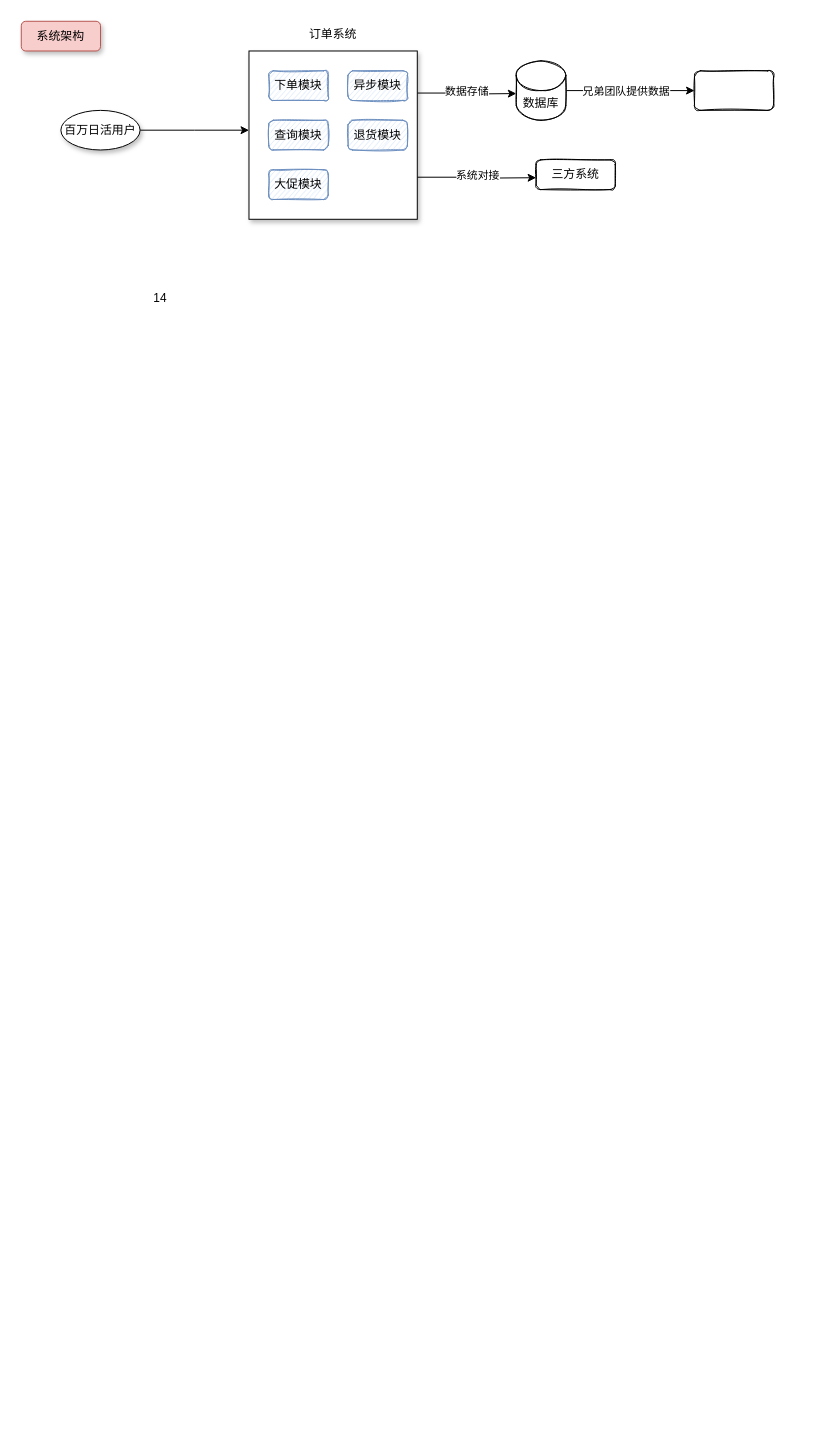
Before: 消息中间件(mq)实战.drawio in topyuluo/photo-project, a draw.io diagram. Source tidied: cells renumbered, new cells numbered last; positions are measured from the earlier drawing's top-left corner, leaving out a move shared by most shapes. Both pictures are drawn from the tidied source at 99%, with x=0, y=0 at pixel (21, 21).
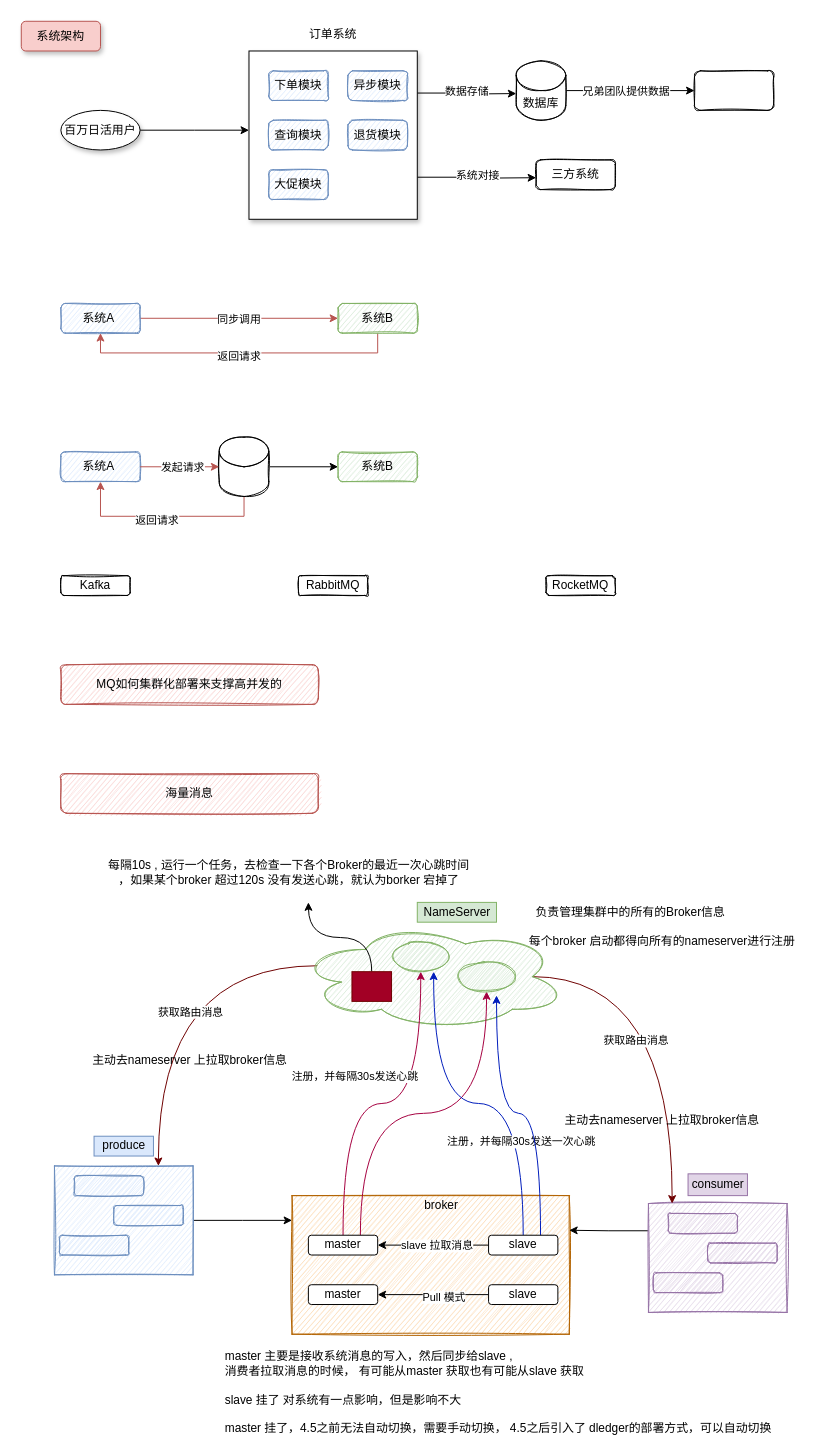
After the change.

Commit message (it also covers changes not shown here):
更新消息中间件(mq)实战.drawio

Diff of the diagram source:
```diff
@@
-    <mxCell id="21" value="14" style="text;html=1;align=center;verticalAlign=middle;strokeColor=none;" parent="1" vertex="1">
-      <mxGeometry x="125" y="270" width="30" height="20" as="geometry" />
-    </mxCell>
+    <mxCell id="22" style="edgeStyle=orthogonalEdgeStyle;rounded=0;jettySize=auto;html=1;exitX=1;exitY=0.5;exitDx=0;exitDy=0;fillColor=#f8cecc;strokeColor=#b85450;" parent="1" edge="1" source="24">
+      <mxGeometry relative="1" as="geometry">
+        <mxPoint x="320" y="300" as="targetPoint" />
+      </mxGeometry>
+    </mxCell>
+    <mxCell id="23" value="同步调用" style="edgeLabel;html=1;align=center;verticalAlign=middle;" parent="22" vertex="1">
+      <mxGeometry x="0.19" y="-1" relative="1" as="geometry">
+        <mxPoint x="-19" y="-1" as="offset" />
+      </mxGeometry>
+    </mxCell>
+    <mxCell id="24" value="系统A&amp;nbsp;" style="rounded=1;whiteSpace=wrap;html=1;shadow=0;sketch=1;fillColor=#dae8fc;strokeColor=#6c8ebf;" parent="1" vertex="1">
+      <mxGeometry x="40" y="285" width="80" height="30" as="geometry" />
+    </mxCell>
+    <mxCell id="25" style="edgeStyle=orthogonalEdgeStyle;rounded=0;jettySize=auto;html=1;exitX=0.5;exitY=1;exitDx=0;exitDy=0;entryX=0.5;entryY=1;entryDx=0;entryDy=0;fillColor=#f8cecc;strokeColor=#b85450;" parent="1" edge="1" source="27" target="24">
+      <mxGeometry relative="1" as="geometry" />
+    </mxCell>
+    <mxCell id="26" value="返回请求" style="edgeLabel;html=1;align=center;verticalAlign=middle;" parent="25" vertex="1">
+      <mxGeometry x="-0.14" y="3" relative="1" as="geometry">
+        <mxPoint x="-23" as="offset" />
+      </mxGeometry>
+    </mxCell>
+    <mxCell id="27" value="系统B" style="rounded=1;whiteSpace=wrap;html=1;shadow=0;sketch=1;fillColor=#d5e8d4;strokeColor=#82b366;" parent="1" vertex="1">
+      <mxGeometry x="320" y="285" width="80" height="30" as="geometry" />
+    </mxCell>
+    <mxCell id="28" value="系统A&amp;nbsp;" style="rounded=1;whiteSpace=wrap;html=1;shadow=0;sketch=1;fillColor=#dae8fc;strokeColor=#6c8ebf;" parent="1" vertex="1">
+      <mxGeometry x="40" y="435" width="80" height="30" as="geometry" />
+    </mxCell>
+    <mxCell id="29" style="edgeStyle=orthogonalEdgeStyle;rounded=0;jettySize=auto;html=1;exitX=0.5;exitY=1;exitDx=0;exitDy=0;entryX=0.5;entryY=1;entryDx=0;entryDy=0;fillColor=#f8cecc;strokeColor=#b85450;exitPerimeter=0;" parent="1" edge="1" source="33" target="28">
+      <mxGeometry relative="1" as="geometry" />
+    </mxCell>
+    <mxCell id="30" value="返回请求" style="edgeLabel;html=1;align=center;verticalAlign=middle;" parent="29" vertex="1">
+      <mxGeometry x="-0.14" y="3" relative="1" as="geometry">
+        <mxPoint x="-23" as="offset" />
+      </mxGeometry>
+    </mxCell>
+    <mxCell id="31" value="系统B" style="rounded=1;whiteSpace=wrap;html=1;shadow=0;sketch=1;fillColor=#d5e8d4;strokeColor=#82b366;" parent="1" vertex="1">
+      <mxGeometry x="320" y="435" width="80" height="30" as="geometry" />
+    </mxCell>
+    <mxCell id="32" style="edgeStyle=orthogonalEdgeStyle;rounded=0;jettySize=auto;html=1;exitX=1;exitY=0.5;exitDx=0;exitDy=0;exitPerimeter=0;entryX=0;entryY=0.5;entryDx=0;entryDy=0;" parent="1" edge="1" source="33" target="31">
+      <mxGeometry relative="1" as="geometry" />
+    </mxCell>
+    <mxCell id="33" style="shape=cylinder3;whiteSpace=wrap;html=1;boundedLbl=1;backgroundOutline=1;size=15;shadow=0;sketch=1;" parent="1" vertex="1">
+      <mxGeometry x="200" y="420" width="50" height="60" as="geometry" />
+    </mxCell>
+    <mxCell id="34" style="edgeStyle=orthogonalEdgeStyle;rounded=0;jettySize=auto;html=1;exitX=1;exitY=0.5;exitDx=0;exitDy=0;fillColor=#f8cecc;strokeColor=#b85450;" parent="1" edge="1" source="28" target="33">
+      <mxGeometry relative="1" as="geometry" />
+    </mxCell>
+    <mxCell id="35" value="发起请求" style="edgeLabel;html=1;align=center;verticalAlign=middle;" parent="34" vertex="1">
+      <mxGeometry x="0.19" y="-1" relative="1" as="geometry">
+        <mxPoint x="-6" y="-1" as="offset" />
+      </mxGeometry>
+    </mxCell>
+    <mxCell id="36" value="Kafka" style="rounded=1;whiteSpace=wrap;html=1;shadow=0;sketch=1;" parent="1" vertex="1">
+      <mxGeometry x="40" y="560" width="70" height="20" as="geometry" />
+    </mxCell>
+    <mxCell id="37" value="RabbitMQ" style="rounded=1;whiteSpace=wrap;html=1;shadow=0;sketch=1;" parent="1" vertex="1">
+      <mxGeometry x="280" y="560" width="70" height="20" as="geometry" />
+    </mxCell>
+    <mxCell id="38" value="RocketMQ" style="rounded=1;whiteSpace=wrap;html=1;shadow=0;sketch=1;" parent="1" vertex="1">
+      <mxGeometry x="530" y="560" width="70" height="20" as="geometry" />
+    </mxCell>
+    <mxCell id="39" value="MQ如何集群化部署来支撑高并发的" style="rounded=1;whiteSpace=wrap;html=1;shadow=0;sketch=1;fillColor=#f8cecc;strokeColor=#b85450;" parent="1" vertex="1">
+      <mxGeometry x="40" y="650" width="260" height="40" as="geometry" />
+    </mxCell>
+    <mxCell id="40" value="海量消息" style="rounded=1;whiteSpace=wrap;html=1;shadow=0;sketch=1;fillColor=#f8cecc;strokeColor=#b85450;" parent="1" vertex="1">
+      <mxGeometry x="40" y="760" width="260" height="40" as="geometry" />
+    </mxCell>
+    <mxCell id="41" style="edgeStyle=orthogonalEdgeStyle;rounded=0;jettySize=auto;html=1;exitX=1;exitY=0.5;exitDx=0;exitDy=0;" parent="1" edge="1" source="42">
+      <mxGeometry relative="1" as="geometry">
+        <mxPoint x="273.5" y="1211.2" as="targetPoint" />
+      </mxGeometry>
+    </mxCell>
+    <mxCell id="42" style="rounded=0;whiteSpace=wrap;html=1;shadow=0;sketch=1;fillColor=#dae8fc;strokeColor=#6c8ebf;" parent="1" vertex="1">
+      <mxGeometry x="33.5" y="1156.2" width="140" height="110" as="geometry" />
+    </mxCell>
+    <mxCell id="43" value="produce" style="text;html=1;strokeColor=#6c8ebf;fillColor=#dae8fc;align=center;verticalAlign=middle;whiteSpace=wrap;rounded=0;shadow=0;sketch=0;" parent="1" vertex="1">
+      <mxGeometry x="73.5" y="1126.2" width="60" height="20" as="geometry" />
+    </mxCell>
+    <mxCell id="44" style="rounded=1;whiteSpace=wrap;html=1;shadow=0;sketch=1;fillColor=#dae8fc;strokeColor=#6c8ebf;" parent="1" vertex="1">
+      <mxGeometry x="53.5" y="1166.2" width="70" height="20" as="geometry" />
+    </mxCell>
+    <mxCell id="45" style="rounded=1;whiteSpace=wrap;html=1;shadow=0;sketch=1;fillColor=#dae8fc;strokeColor=#6c8ebf;" parent="1" vertex="1">
+      <mxGeometry x="38.5" y="1226.2" width="70" height="20" as="geometry" />
+    </mxCell>
+    <mxCell id="46" style="rounded=1;whiteSpace=wrap;html=1;shadow=0;sketch=1;fillColor=#dae8fc;strokeColor=#6c8ebf;" parent="1" vertex="1">
+      <mxGeometry x="93.5" y="1196.2" width="70" height="20" as="geometry" />
+    </mxCell>
+    <mxCell id="47" style="rounded=0;whiteSpace=wrap;html=1;shadow=0;sketch=1;fillColor=#fad7ac;strokeColor=#b46504;" parent="1" vertex="1">
+      <mxGeometry x="273.5" y="1186.2" width="280" height="140" as="geometry" />
+    </mxCell>
+    <mxCell id="48" value="broker" style="text;html=1;align=center;verticalAlign=middle;strokeColor=none;" parent="1" vertex="1">
+      <mxGeometry x="398.5" y="1186.2" width="50" height="20" as="geometry" />
+    </mxCell>
+    <mxCell id="49" style="edgeStyle=orthogonalEdgeStyle;rounded=0;jettySize=auto;html=1;exitX=0;exitY=0.25;exitDx=0;exitDy=0;entryX=1;entryY=0.25;entryDx=0;entryDy=0;" parent="1" edge="1" source="50" target="47">
+      <mxGeometry relative="1" as="geometry" />
+    </mxCell>
+    <mxCell id="50" style="rounded=0;whiteSpace=wrap;html=1;shadow=0;sketch=1;fillColor=#e1d5e7;strokeColor=#9673a6;" parent="1" vertex="1">
+      <mxGeometry x="633.5" y="1194.2" width="140" height="110" as="geometry" />
+    </mxCell>
+    <mxCell id="51" value="consumer" style="text;html=1;strokeColor=#9673a6;fillColor=#e1d5e7;align=center;verticalAlign=middle;whiteSpace=wrap;rounded=0;shadow=0;sketch=0;" parent="1" vertex="1">
+      <mxGeometry x="673.5" y="1164.2" width="60" height="22" as="geometry" />
+    </mxCell>
+    <mxCell id="52" style="rounded=1;whiteSpace=wrap;html=1;shadow=0;sketch=1;fillColor=#e1d5e7;strokeColor=#9673a6;" parent="1" vertex="1">
+      <mxGeometry x="653.5" y="1204.2" width="70" height="20" as="geometry" />
+    </mxCell>
+    <mxCell id="53" style="rounded=1;whiteSpace=wrap;html=1;shadow=0;sketch=1;fillColor=#e1d5e7;strokeColor=#9673a6;" parent="1" vertex="1">
+      <mxGeometry x="638.5" y="1264.2" width="70" height="20" as="geometry" />
+    </mxCell>
+    <mxCell id="54" style="rounded=1;whiteSpace=wrap;html=1;shadow=0;sketch=1;fillColor=#e1d5e7;strokeColor=#9673a6;" parent="1" vertex="1">
+      <mxGeometry x="693.5" y="1234.2" width="70" height="20" as="geometry" />
+    </mxCell>
+    <mxCell id="55" style="edgeStyle=orthogonalEdgeStyle;curved=1;jettySize=auto;html=1;exitX=0.07;exitY=0.4;exitDx=0;exitDy=0;exitPerimeter=0;entryX=0.75;entryY=0;entryDx=0;entryDy=0;fillColor=#a20025;strokeColor=#6F0000;" parent="1" edge="1" source="59" target="42">
+      <mxGeometry relative="1" as="geometry" />
+    </mxCell>
+    <mxCell id="56" value="获取路由消息" style="edgeLabel;html=1;align=center;verticalAlign=middle;" parent="55" vertex="1">
+      <mxGeometry x="-0.11" y="14" relative="1" as="geometry">
+        <mxPoint x="17.5" y="45.4" as="offset" />
+      </mxGeometry>
+    </mxCell>
+    <mxCell id="57" style="edgeStyle=orthogonalEdgeStyle;curved=1;jettySize=auto;html=1;exitX=0.875;exitY=0.5;exitDx=0;exitDy=0;exitPerimeter=0;entryX=0.171;entryY=0;entryDx=0;entryDy=0;entryPerimeter=0;fillColor=#a20025;strokeColor=#6F0000;" parent="1" edge="1" source="59" target="50">
+      <mxGeometry relative="1" as="geometry" />
+    </mxCell>
+    <mxCell id="58" value="获取路由消息" style="edgeLabel;html=1;align=center;verticalAlign=middle;" parent="57" vertex="1">
+      <mxGeometry x="-0.18" y="-16" relative="1" as="geometry">
+        <mxPoint x="-21.4" y="54.1" as="offset" />
+      </mxGeometry>
+    </mxCell>
+    <mxCell id="59" style="ellipse;shape=cloud;whiteSpace=wrap;html=1;shadow=0;sketch=1;fillColor=#d5e8d4;strokeColor=#82b366;" parent="1" vertex="1">
+      <mxGeometry x="280" y="910" width="270" height="110" as="geometry" />
+    </mxCell>
+    <mxCell id="60" value="NameServer" style="text;html=1;align=center;verticalAlign=middle;strokeColor=#82b366;fillColor=#d5e8d4;" parent="1" vertex="1">
+      <mxGeometry x="400" y="890" width="80" height="20" as="geometry" />
+    </mxCell>
+    <mxCell id="61" style="ellipse;whiteSpace=wrap;html=1;shadow=0;sketch=1;fillColor=#d5e8d4;strokeColor=#82b366;" parent="1" vertex="1">
+      <mxGeometry x="373.5" y="930" width="60" height="30" as="geometry" />
+    </mxCell>
+    <mxCell id="62" value="负责管理集群中的所有的Broker信息" style="text;html=1;align=center;verticalAlign=middle;strokeColor=none;" parent="1" vertex="1">
+      <mxGeometry x="510" y="890" width="210" height="20" as="geometry" />
+    </mxCell>
+    <mxCell id="63" style="edgeStyle=orthogonalEdgeStyle;jettySize=auto;html=1;exitX=0.5;exitY=0;exitDx=0;exitDy=0;curved=1;fillColor=#d80073;strokeColor=#A50040;" parent="1" edge="1" source="66" target="61">
+      <mxGeometry relative="1" as="geometry" />
+    </mxCell>
+    <mxCell id="64" value="注册，并每隔30s发送心跳" style="edgeLabel;html=1;align=center;verticalAlign=middle;" parent="63" vertex="1">
+      <mxGeometry x="-0.39" y="-8" relative="1" as="geometry">
+        <mxPoint x="3.5" y="-56.1" as="offset" />
+      </mxGeometry>
+    </mxCell>
+    <mxCell id="65" style="edgeStyle=orthogonalEdgeStyle;rounded=0;jettySize=auto;html=1;exitX=0.75;exitY=0;exitDx=0;exitDy=0;entryX=0.5;entryY=1;entryDx=0;entryDy=0;curved=1;fillColor=#d80073;strokeColor=#A50040;" parent="1" edge="1" source="66" target="77">
+      <mxGeometry relative="1" as="geometry" />
+    </mxCell>
+    <mxCell id="66" value="master" style="rounded=1;whiteSpace=wrap;html=1;shadow=0;sketch=0;" parent="1" vertex="1">
+      <mxGeometry x="290" y="1226.2" width="70" height="20" as="geometry" />
+    </mxCell>
+    <mxCell id="67" style="edgeStyle=orthogonalEdgeStyle;rounded=0;jettySize=auto;html=1;entryX=1;entryY=0.5;entryDx=0;entryDy=0;" parent="1" edge="1" source="72" target="66">
+      <mxGeometry relative="1" as="geometry" />
+    </mxCell>
+    <mxCell id="68" value="slave 拉取消息" style="edgeLabel;html=1;align=center;verticalAlign=middle;" parent="67" vertex="1">
+      <mxGeometry x="-0.18" y="-1" relative="1" as="geometry">
+        <mxPoint x="-7" y="1" as="offset" />
+      </mxGeometry>
+    </mxCell>
+    <mxCell id="69" style="edgeStyle=orthogonalEdgeStyle;rounded=0;jettySize=auto;html=1;exitX=0.5;exitY=0;exitDx=0;exitDy=0;entryX=0.717;entryY=1;entryDx=0;entryDy=0;entryPerimeter=0;curved=1;fillColor=#0050ef;strokeColor=#001DBC;" parent="1" edge="1" source="72" target="61">
+      <mxGeometry relative="1" as="geometry" />
+    </mxCell>
+    <mxCell id="70" value="注册，并每隔30s发送一次心跳" style="edgeLabel;html=1;align=center;verticalAlign=middle;" parent="69" vertex="1">
+      <mxGeometry x="-0.47" y="3" relative="1" as="geometry" />
+    </mxCell>
+    <mxCell id="71" style="edgeStyle=orthogonalEdgeStyle;rounded=0;jettySize=auto;html=1;exitX=0.75;exitY=0;exitDx=0;exitDy=0;entryX=0.667;entryY=1.133;entryDx=0;entryDy=0;curved=1;fillColor=#0050ef;strokeColor=#001DBC;entryPerimeter=0;" parent="1" edge="1" source="72" target="77">
+      <mxGeometry relative="1" as="geometry" />
+    </mxCell>
+    <mxCell id="72" value="slave" style="rounded=1;whiteSpace=wrap;html=1;shadow=0;sketch=0;" parent="1" vertex="1">
+      <mxGeometry x="472" y="1226.2" width="70" height="20" as="geometry" />
+    </mxCell>
+    <mxCell id="73" value="master" style="rounded=1;whiteSpace=wrap;html=1;shadow=0;sketch=0;" parent="1" vertex="1">
+      <mxGeometry x="290" y="1276.2" width="70" height="20" as="geometry" />
+    </mxCell>
+    <mxCell id="74" style="edgeStyle=orthogonalEdgeStyle;rounded=0;jettySize=auto;html=1;entryX=1;entryY=0.5;entryDx=0;entryDy=0;" parent="1" edge="1" source="76" target="73">
+      <mxGeometry relative="1" as="geometry" />
+    </mxCell>
+    <mxCell id="75" value="Pull 模式" style="edgeLabel;html=1;align=center;verticalAlign=middle;" parent="74" vertex="1">
+      <mxGeometry x="-0.18" y="2" relative="1" as="geometry" />
+    </mxCell>
+    <mxCell id="76" value="slave" style="rounded=1;whiteSpace=wrap;html=1;shadow=0;sketch=0;" parent="1" vertex="1">
+      <mxGeometry x="472" y="1276.2" width="70" height="20" as="geometry" />
+    </mxCell>
+    <mxCell id="77" style="ellipse;whiteSpace=wrap;html=1;shadow=0;sketch=1;fillColor=#d5e8d4;strokeColor=#82b366;" parent="1" vertex="1">
+      <mxGeometry x="440" y="950" width="60" height="30" as="geometry" />
+    </mxCell>
+    <mxCell id="78" value="每个broker 启动都得向所有的nameserver进行注册" style="text;html=1;align=center;verticalAlign=middle;strokeColor=none;" parent="1" vertex="1">
+      <mxGeometry x="507" y="920" width="280" height="20" as="geometry" />
+    </mxCell>
+    <mxCell id="79" value="主动去nameserver 上拉取broker信息" style="text;html=1;align=center;verticalAlign=middle;strokeColor=none;" parent="1" vertex="1">
+      <mxGeometry x="65" y="1040" width="210" height="20" as="geometry" />
+    </mxCell>
+    <mxCell id="80" value="主动去nameserver 上拉取broker信息" style="text;html=1;align=center;verticalAlign=middle;strokeColor=none;" parent="1" vertex="1">
+      <mxGeometry x="542" y="1100" width="210" height="20" as="geometry" />
+    </mxCell>
+    <mxCell id="81" style="edgeStyle=orthogonalEdgeStyle;curved=1;jettySize=auto;html=1;exitX=0.5;exitY=0;exitDx=0;exitDy=0;" parent="1" edge="1" source="82">
+      <mxGeometry relative="1" as="geometry">
+        <mxPoint x="290" y="890" as="targetPoint" />
+      </mxGeometry>
+    </mxCell>
+    <mxCell id="82" style="rounded=0;whiteSpace=wrap;html=1;shadow=0;sketch=0;fillColor=#a20025;strokeColor=#6F0000;fontColor=#ffffff;" parent="1" vertex="1">
+      <mxGeometry x="334" y="960" width="40" height="30" as="geometry" />
+    </mxCell>
+    <mxCell id="83" value="每隔10s , 运行一个任务，去检查一下各个Broker的最近一次心跳时间&lt;br&gt;，如果某个broker 超过120s 没有发送心跳，就认为borker 宕掉了" style="text;html=1;align=center;verticalAlign=middle;strokeColor=none;" parent="1" vertex="1">
+      <mxGeometry x="80" y="845" width="380" height="30" as="geometry" />
+    </mxCell>
+    <mxCell id="84" value="master 主要是接收系统消息的写入，然后同步给slave ,&amp;nbsp; &lt;br&gt;消费者拉取消息的时候， 有可能从master 获取也有可能从slave 获取&lt;br&gt;&lt;br&gt;slave 挂了 对系统有一点影响，但是影响不大&lt;br&gt;&lt;br&gt;master 挂了，4.5之前无法自动切换，需要手动切换， 4.5之后引入了 dledger的部署方式，可以自动切换" style="text;html=1;align=left;verticalAlign=middle;strokeColor=none;" parent="1" vertex="1">
+      <mxGeometry x="203.5" y="1340" width="570" height="90" as="geometry" />
+    </mxCell>
```
